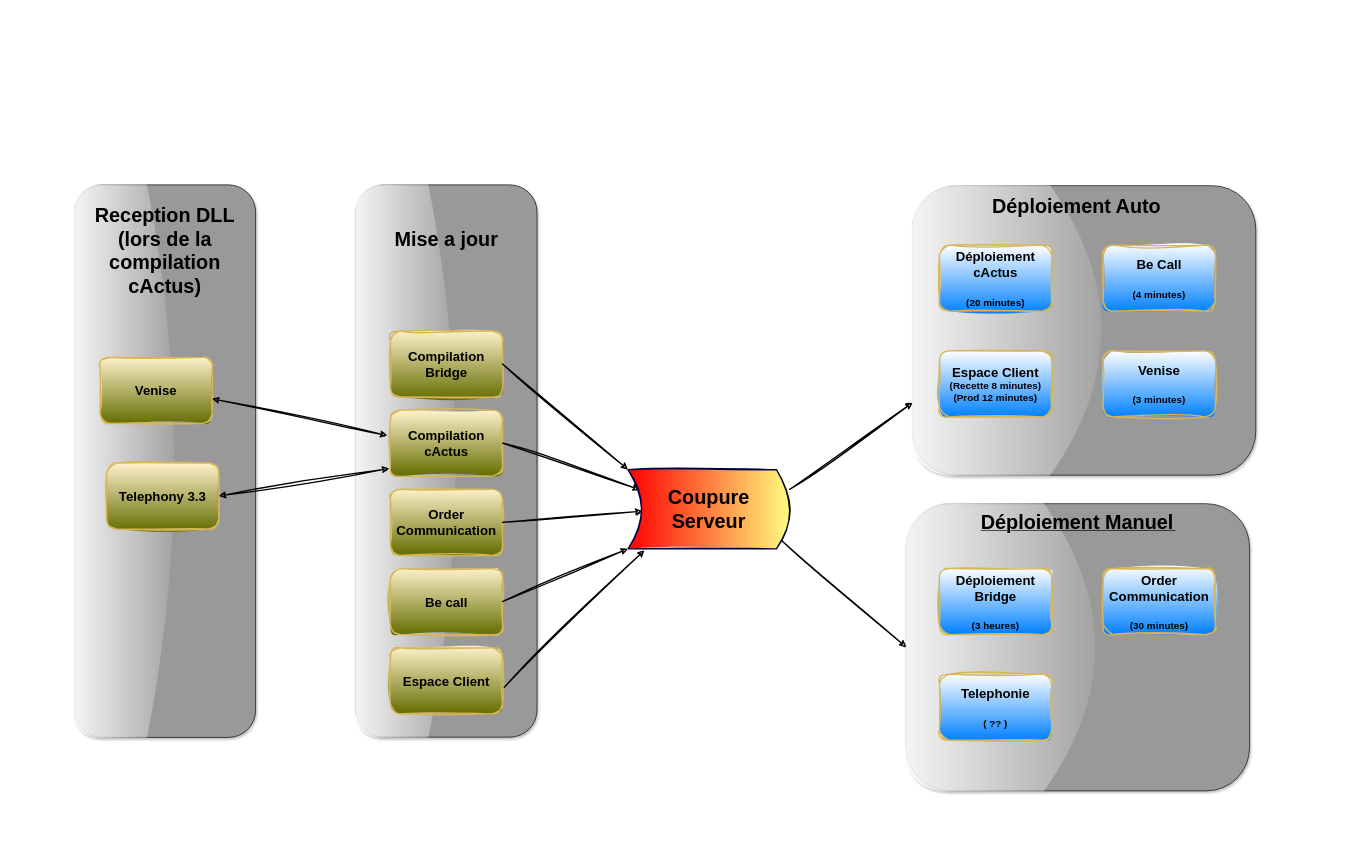
Earlier version of the draw.io diagram Suivi MEP.drawio (MarcSyndrome/Objectif-du-jour-ARC-EF). Source tidied: cells renumbered, new cells numbered last; positions are measured from the earlier drawing's top-left corner, leaving out a move shared by most shapes. Both pictures are drawn from the tidied source at 66%, with x=0, y=0 at pixel (-112, 158).
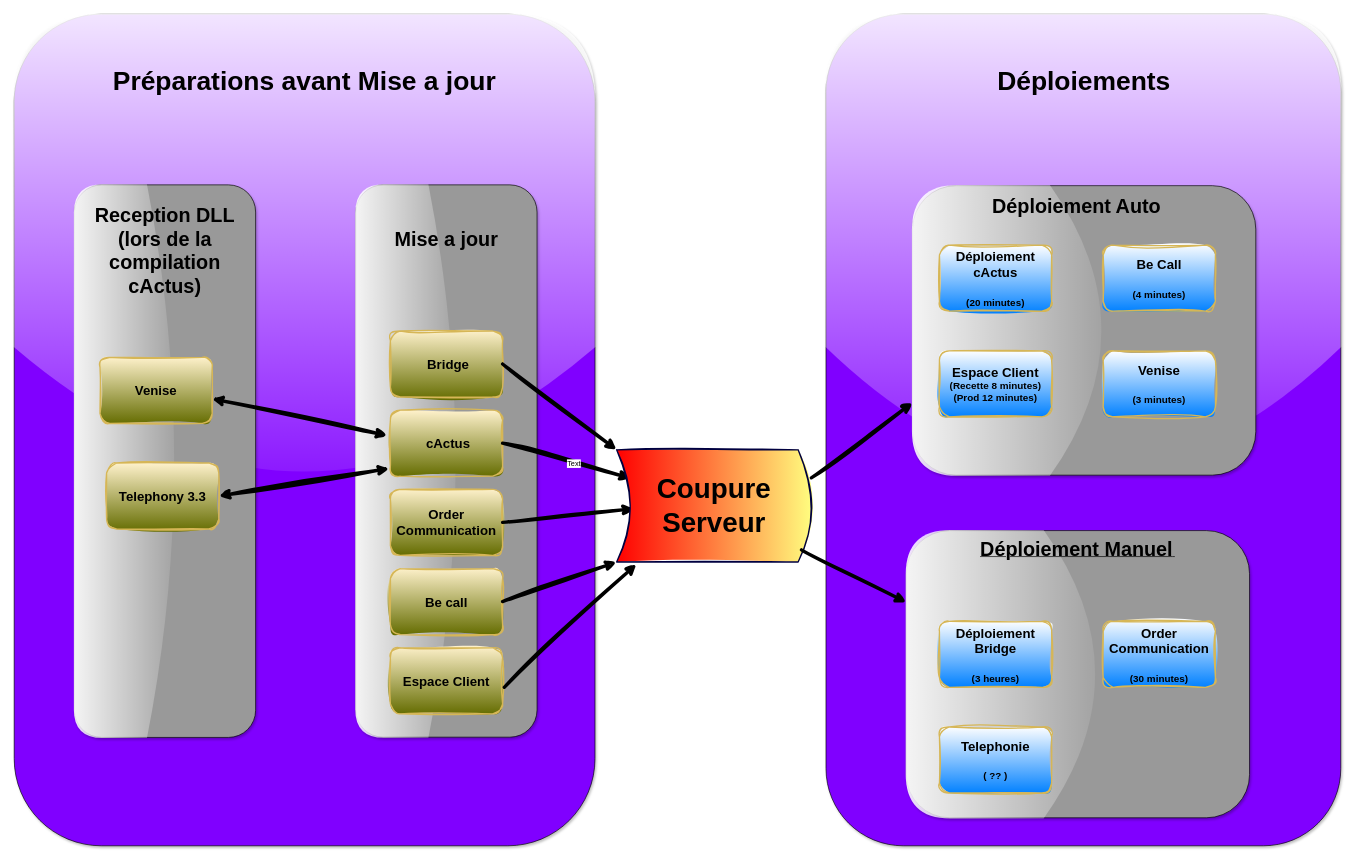
Above is the later version.

Commit message (it also covers changes not shown here):
Mettre à jour Suivi MEP.drawio

Unchanged cells that the change refers to:
```xml
<mxCell id="3" style="rounded=1;whiteSpace=wrap;html=1;rotation=-90;fillColor=#999999;shadow=1;glass=1;" parent="1" vertex="1">
  <mxGeometry x="1591.9" y="0.1" width="438.6" height="520" as="geometry" />
</mxCell>
<mxCell id="10" value="&lt;div style=&quot;font-size: 20px;&quot;&gt;&lt;font style=&quot;font-size: 20px;&quot;&gt;&lt;b&gt;Order Communication&lt;/b&gt; &lt;br&gt;&lt;/font&gt;&lt;/div&gt;" style="rounded=1;whiteSpace=wrap;html=1;fillColor=#fff2cc;strokeColor=#d6b656;gradientColor=#646c00;sketch=1;curveFitting=1;jiggle=2;shadow=0;strokeWidth=2;" parent="1" vertex="1">
  <mxGeometry x="760" y="501" width="170" height="100" as="geometry" />
</mxCell>
<mxCell id="12" value="&lt;div style=&quot;font-size: 20px;&quot;&gt;&lt;font style=&quot;font-size: 20px;&quot;&gt;&lt;b&gt;Be call&lt;/b&gt;&lt;br&gt;&lt;/font&gt;&lt;/div&gt;" style="rounded=1;whiteSpace=wrap;html=1;fillColor=#fff2cc;strokeColor=#d6b656;gradientColor=#646c00;sketch=1;curveFitting=1;jiggle=2;shadow=0;strokeWidth=2;" parent="1" vertex="1">
  <mxGeometry x="760" y="621" width="170" height="100" as="geometry" />
</mxCell>
<mxCell id="14" value="&lt;div style=&quot;font-size: 20px;&quot;&gt;&lt;font style=&quot;font-size: 20px;&quot;&gt;&lt;b&gt;Telephony 3.3&lt;/b&gt;&lt;/font&gt;&lt;/div&gt;" style="rounded=1;whiteSpace=wrap;html=1;fillColor=#fff2cc;strokeColor=#d6b656;gradientColor=#646c00;sketch=1;curveFitting=1;jiggle=2;shadow=0;strokeWidth=2;" parent="1" vertex="1">
  <mxGeometry x="330" y="461" width="170" height="100" as="geometry" />
</mxCell>
<mxCell id="16" value="&lt;div&gt;&lt;font size=&quot;1&quot;&gt;&lt;b style=&quot;font-size: 20px;&quot;&gt;Venise&lt;/b&gt;&lt;/font&gt;&lt;/div&gt;" style="rounded=1;whiteSpace=wrap;html=1;fillColor=#fff2cc;strokeColor=#d6b656;gradientColor=#646c00;sketch=1;curveFitting=1;jiggle=2;shadow=0;strokeWidth=2;" parent="1" vertex="1">
  <mxGeometry x="320" y="301" width="170" height="100" as="geometry" />
</mxCell>
<mxCell id="22" value="&lt;div&gt;&lt;b&gt;&lt;font style=&quot;font-size: 20px;&quot;&gt;Espace Client &lt;/font&gt;&lt;/b&gt;&lt;br&gt;&lt;/div&gt;" style="rounded=1;whiteSpace=wrap;html=1;fillColor=#fff2cc;strokeColor=#d6b656;gradientColor=#646c00;sketch=1;curveFitting=1;jiggle=2;shadow=0;strokeWidth=2;" parent="1" vertex="1">
  <mxGeometry x="760" y="741" width="170" height="100" as="geometry" />
</mxCell>
```

Change to the diagram source:
```diff
@@
+    <mxCell id="35" style="rounded=1;whiteSpace=wrap;html=1;glass=1;shadow=1;fillColor=#8000ff;fillStyle=auto;" parent="1" vertex="1">
+      <mxGeometry x="1420" y="-219" width="780" height="1260" as="geometry" />
+    </mxCell>
+    <mxCell id="36" style="rounded=1;whiteSpace=wrap;html=1;glass=1;shadow=1;fillColor=#8000ff;fillStyle=auto;" parent="1" vertex="1">
+      <mxGeometry x="190" y="-219" width="880" height="1260" as="geometry" />
+    </mxCell>
     <mxCell id="2" style="rounded=1;whiteSpace=wrap;html=1;rotation=-90;fillColor=#999999;shadow=1;glass=1;" parent="1" vertex="1">
-      <mxGeometry x="1584.2" y="480.2" width="435.1" height="520" as="geometry" />
+      <mxGeometry x="1584.2" y="521" width="435.1" height="520" as="geometry" />
     </mxCell>
@@
-    <mxCell id="6" value="&lt;div style=&quot;font-size: 20px;&quot;&gt;&lt;font style=&quot;font-size: 20px;&quot;&gt;&lt;b&gt;Compilation Bridge&lt;/b&gt;&lt;/font&gt;&lt;b&gt;&lt;font style=&quot;font-size: 15px;&quot;&gt;&lt;br&gt;&lt;/font&gt;&lt;/b&gt;&lt;/div&gt;" style="rounded=1;whiteSpace=wrap;html=1;fillColor=#fff2cc;strokeColor=#d6b656;gradientColor=#646c00;sketch=1;curveFitting=1;jiggle=2;shadow=0;strokeWidth=2;" parent="1" vertex="1">
+    <mxCell id="6" value="&lt;div style=&quot;font-size: 20px;&quot;&gt;&lt;font style=&quot;font-size: 20px;&quot;&gt;&lt;b&gt;&amp;nbsp;Bridge&lt;/b&gt;&lt;/font&gt;&lt;b&gt;&lt;font style=&quot;font-size: 15px;&quot;&gt;&lt;br&gt;&lt;/font&gt;&lt;/b&gt;&lt;/div&gt;" style="rounded=1;whiteSpace=wrap;html=1;fillColor=#fff2cc;strokeColor=#d6b656;gradientColor=#646c00;sketch=1;curveFitting=1;jiggle=2;shadow=0;strokeWidth=2;" parent="1" vertex="1">
       <mxGeometry x="760" y="261" width="170" height="100" as="geometry" />
     </mxCell>
-    <mxCell id="7" value="&lt;div style=&quot;font-size: 20px;&quot;&gt;&lt;b&gt;&lt;font style=&quot;font-size: 20px;&quot;&gt;Compilation cActus&lt;/font&gt;&lt;/b&gt;&lt;/div&gt;" style="rounded=1;whiteSpace=wrap;html=1;fillColor=#fff2cc;strokeColor=#d6b656;gradientColor=#646c00;sketch=1;curveFitting=1;jiggle=2;shadow=0;strokeWidth=2;" parent="1" vertex="1">
+    <mxCell id="7" value="&lt;div style=&quot;font-size: 20px;&quot;&gt;&lt;b&gt;&lt;font style=&quot;font-size: 20px;&quot;&gt;&amp;nbsp;cActus&lt;/font&gt;&lt;/b&gt;&lt;/div&gt;" style="rounded=1;whiteSpace=wrap;html=1;fillColor=#fff2cc;strokeColor=#d6b656;gradientColor=#646c00;sketch=1;curveFitting=1;jiggle=2;shadow=0;strokeWidth=2;" parent="1" vertex="1">
       <mxGeometry x="760" y="381" width="170" height="100" as="geometry" />
     </mxCell>
-    <mxCell id="8" style="endArrow=classic;html=1;rounded=0;exitX=1;exitY=0.5;exitDx=0;exitDy=0;entryX=1;entryY=1;entryDx=0;entryDy=0;sketch=1;curveFitting=1;jiggle=2;shadow=0;strokeWidth=2;" parent="1" edge="1" source="6" target="17">
+    <mxCell id="8" style="endArrow=classic;html=1;rounded=0;exitX=1;exitY=0.5;exitDx=0;exitDy=0;entryX=1;entryY=1;entryDx=0;entryDy=0;sketch=1;curveFitting=1;jiggle=2;shadow=0;strokeWidth=5;" parent="1" edge="1" source="6" target="17">
       <mxGeometry relative="1" as="geometry" />
     </mxCell>
-    <mxCell id="9" style="endArrow=classic;html=1;rounded=0;exitX=1;exitY=0.5;exitDx=0;exitDy=0;entryX=0.927;entryY=0.746;entryDx=0;entryDy=0;sketch=1;curveFitting=1;jiggle=2;shadow=0;strokeWidth=2;entryPerimeter=0;" parent="1" edge="1" source="7" target="17">
+    <mxCell id="9" style="endArrow=classic;html=1;rounded=0;exitX=1;exitY=0.5;exitDx=0;exitDy=0;entryX=0.927;entryY=0.746;entryDx=0;entryDy=0;sketch=1;curveFitting=1;jiggle=2;shadow=0;strokeWidth=5;entryPerimeter=0;" parent="1" edge="1" source="7" target="17">
       <mxGeometry relative="1" as="geometry" />
     </mxCell>
+    <mxCell id="37" value="Text" style="edgeLabel;html=1;align=center;verticalAlign=middle;" parent="9" vertex="1">
+      <mxGeometry x="0.12" y="-1" relative="1" as="geometry">
+        <mxPoint x="-1" as="offset" />
+      </mxGeometry>
+    </mxCell>
@@
-    <mxCell id="11" style="endArrow=classic;html=1;rounded=0;exitX=1;exitY=0.5;exitDx=0;exitDy=0;entryX=0.911;entryY=0.475;entryDx=0;entryDy=0;sketch=1;curveFitting=1;jiggle=2;shadow=0;strokeWidth=2;entryPerimeter=0;" parent="1" edge="1" source="10" target="17">
+    <mxCell id="11" style="endArrow=classic;html=1;rounded=0;exitX=1;exitY=0.5;exitDx=0;exitDy=0;entryX=0.911;entryY=0.475;entryDx=0;entryDy=0;sketch=1;curveFitting=1;jiggle=2;shadow=0;strokeWidth=5;entryPerimeter=0;" parent="1" edge="1" source="10" target="17">
       <mxGeometry relative="1" as="geometry" />
     </mxCell>
@@
-    <mxCell id="13" style="endArrow=classic;html=1;rounded=0;exitX=1;exitY=0.5;exitDx=0;exitDy=0;entryX=1;entryY=0;entryDx=0;entryDy=0;sketch=1;curveFitting=1;jiggle=2;shadow=0;strokeWidth=2;" parent="1" edge="1" source="12" target="17">
+    <mxCell id="13" style="endArrow=classic;html=1;rounded=0;exitX=1;exitY=0.5;exitDx=0;exitDy=0;entryX=1;entryY=0;entryDx=0;entryDy=0;sketch=1;curveFitting=1;jiggle=2;shadow=0;strokeWidth=5;" parent="1" edge="1" source="12" target="17">
       <mxGeometry relative="1" as="geometry" />
     </mxCell>
@@
-    <mxCell id="15" style="endArrow=classic;startArrow=classic;html=1;rounded=0;exitX=-0.01;exitY=0.884;exitDx=0;exitDy=0;entryX=1;entryY=0.5;entryDx=0;entryDy=0;sketch=1;curveFitting=1;jiggle=2;shadow=0;strokeWidth=2;exitPerimeter=0;" parent="1" edge="1" source="7" target="14">
+    <mxCell id="15" style="endArrow=classic;startArrow=classic;html=1;rounded=0;exitX=-0.01;exitY=0.884;exitDx=0;exitDy=0;entryX=1;entryY=0.5;entryDx=0;entryDy=0;sketch=1;curveFitting=1;jiggle=2;shadow=0;strokeWidth=5;exitPerimeter=0;" parent="1" edge="1" source="7" target="14">
       <mxGeometry relative="1" as="geometry" />
     </mxCell>
@@
     <mxCell id="17" style="shape=dataStorage;whiteSpace=wrap;html=1;fixedSize=1;rotation=-180;gradientColor=#ff0000;fillColor=#ffff80;gradientDirection=east;sketch=1;curveFitting=1;jiggle=2;shadow=0;strokeWidth=2;strokeColor=#000040;" parent="1" vertex="1">
-      <mxGeometry x="1120" y="471" width="245" height="120" as="geometry" />
+      <mxGeometry x="1102.8" y="441" width="295" height="170" as="geometry" />
     </mxCell>
-    <mxCell id="18" value="&lt;font style=&quot;font-size: 30px;&quot;&gt;&lt;br&gt;&lt;b&gt;&lt;font style=&quot;font-size: 30px;&quot;&gt;Coupure Serveur&lt;/font&gt;&lt;/b&gt;&lt;br&gt;&lt;br&gt;&lt;/font&gt;" style="text;html=1;strokeColor=none;fillColor=none;align=center;verticalAlign=middle;whiteSpace=wrap;rounded=0;" parent="1" vertex="1">
-      <mxGeometry x="1152.2" y="486" width="180.6" height="90" as="geometry" />
+    <mxCell id="18" value="&lt;font style=&quot;font-size: 42px;&quot;&gt;&lt;br&gt;&lt;b&gt;&lt;font style=&quot;font-size: 42px;&quot;&gt;Coupure Serveur&lt;/font&gt;&lt;/b&gt;&lt;br&gt;&lt;br&gt;&lt;/font&gt;" style="text;html=1;strokeColor=none;fillColor=none;align=center;verticalAlign=middle;whiteSpace=wrap;rounded=0;" parent="1" vertex="1">
+      <mxGeometry x="1160" y="483.5" width="180.6" height="85" as="geometry" />
     </mxCell>
@@
-    <mxCell id="21" style="endArrow=classic;startArrow=classic;html=1;rounded=0;exitX=-0.027;exitY=0.384;exitDx=0;exitDy=0;entryX=0.998;entryY=0.627;entryDx=0;entryDy=0;sketch=1;curveFitting=1;jiggle=2;shadow=0;strokeWidth=2;entryPerimeter=0;exitPerimeter=0;" parent="1" edge="1" source="7" target="16">
+    <mxCell id="21" style="endArrow=classic;startArrow=classic;html=1;rounded=0;exitX=-0.027;exitY=0.384;exitDx=0;exitDy=0;entryX=0.998;entryY=0.627;entryDx=0;entryDy=0;sketch=1;curveFitting=1;jiggle=2;shadow=0;strokeWidth=5;entryPerimeter=0;exitPerimeter=0;" parent="1" edge="1" source="7" target="16">
       <mxGeometry relative="1" as="geometry" />
     </mxCell>
@@
-    <mxCell id="23" style="endArrow=classic;html=1;rounded=0;exitX=1.015;exitY=0.599;exitDx=0;exitDy=0;entryX=0.898;entryY=-0.019;entryDx=0;entryDy=0;sketch=1;curveFitting=1;jiggle=2;shadow=0;strokeWidth=2;exitPerimeter=0;entryPerimeter=0;" parent="1" edge="1" source="22" target="17">
+    <mxCell id="23" style="endArrow=classic;html=1;rounded=0;exitX=1.015;exitY=0.599;exitDx=0;exitDy=0;entryX=0.898;entryY=-0.019;entryDx=0;entryDy=0;sketch=1;curveFitting=1;jiggle=2;shadow=0;strokeWidth=5;exitPerimeter=0;entryPerimeter=0;" parent="1" edge="1" source="22" target="17">
       <mxGeometry relative="1" as="geometry" />
     </mxCell>
@@
     <mxCell id="25" value="&lt;u&gt;&lt;font size=&quot;1&quot;&gt;&lt;b style=&quot;font-size: 30px;&quot;&gt;Déploiement Manuel&lt;/b&gt;&lt;/font&gt;&amp;nbsp; &lt;/u&gt;" style="text;html=1;strokeColor=none;fillColor=none;align=center;verticalAlign=middle;whiteSpace=wrap;rounded=0;" parent="1" vertex="1">
-      <mxGeometry x="1573.9" y="521" width="456.6" height="60" as="geometry" />
+      <mxGeometry x="1573.4" y="561" width="456.6" height="60" as="geometry" />
     </mxCell>
-    <mxCell id="26" style="endArrow=classic;html=1;rounded=0;exitX=0.051;exitY=0.108;exitDx=0;exitDy=0;entryX=0.5;entryY=0;entryDx=0;entryDy=0;sketch=1;curveFitting=1;jiggle=2;shadow=0;strokeWidth=2;exitPerimeter=0;" parent="1" edge="1" source="17" target="2">
+    <mxCell id="26" style="endArrow=classic;html=1;rounded=0;exitX=0.051;exitY=0.108;exitDx=0;exitDy=0;entryX=0.75;entryY=0;entryDx=0;entryDy=0;shadow=0;strokeWidth=5;exitPerimeter=0;sketch=1;curveFitting=1;jiggle=2;" parent="1" edge="1" source="17" target="2">
       <mxGeometry relative="1" as="geometry" />
     </mxCell>
-    <mxCell id="27" style="endArrow=classic;html=1;rounded=0;exitX=0;exitY=0.75;exitDx=0;exitDy=0;entryX=0.25;entryY=0;entryDx=0;entryDy=0;sketch=1;curveFitting=1;jiggle=2;shadow=0;strokeWidth=2;" parent="1" edge="1" source="17" target="3">
+    <mxCell id="27" style="endArrow=classic;html=1;rounded=0;exitX=0;exitY=0.75;exitDx=0;exitDy=0;entryX=0.25;entryY=0;entryDx=0;entryDy=0;sketch=1;curveFitting=1;jiggle=2;shadow=0;strokeWidth=5;" parent="1" edge="1" source="17" target="3">
       <mxGeometry relative="1" as="geometry" />
     </mxCell>
     <mxCell id="28" value="&lt;div style=&quot;font-size: 20px;&quot;&gt;&lt;font style=&quot;font-size: 20px;&quot;&gt;&lt;b&gt;Déploiement Bridge&lt;/b&gt;&lt;/font&gt;&lt;/div&gt;&lt;div style=&quot;font-size: 20px;&quot;&gt;&lt;font style=&quot;font-size: 20px;&quot;&gt;&lt;b&gt;&lt;br&gt;&lt;/b&gt;&lt;/font&gt;&lt;b&gt;&lt;font style=&quot;font-size: 15px;&quot;&gt; &lt;/font&gt;&lt;/b&gt;&lt;/div&gt;&lt;div&gt;&lt;b&gt;&lt;font style=&quot;font-size: 15px;&quot;&gt;(3 heures)&lt;/font&gt;&lt;/b&gt;&lt;/div&gt;" style="rounded=1;whiteSpace=wrap;html=1;fillColor=#0080ff;strokeColor=#d6b656;gradientColor=#ffffff;sketch=1;curveFitting=1;jiggle=2;shadow=0;strokeWidth=2;fillStyle=solid;gradientDirection=north;" parent="1" vertex="1">
-      <mxGeometry x="1591.9" y="621" width="170" height="100" as="geometry" />
+      <mxGeometry x="1591.9" y="701" width="170" height="100" as="geometry" />
     </mxCell>
@@
     <mxCell id="30" value="&lt;div style=&quot;font-size: 20px;&quot;&gt;&lt;font style=&quot;font-size: 20px;&quot;&gt;&lt;b&gt;Order&lt;/b&gt;&lt;/font&gt;&lt;/div&gt;&lt;div style=&quot;font-size: 20px;&quot;&gt;&lt;font style=&quot;font-size: 20px;&quot;&gt;&lt;b&gt;Communication&lt;/b&gt;&lt;/font&gt;&lt;/div&gt;&lt;div style=&quot;font-size: 20px;&quot;&gt;&lt;font style=&quot;font-size: 20px;&quot;&gt;&lt;b&gt;&lt;br&gt;&lt;/b&gt;&lt;/font&gt;&lt;b&gt;&lt;font style=&quot;font-size: 15px;&quot;&gt; &lt;/font&gt;&lt;/b&gt;&lt;/div&gt;&lt;div&gt;&lt;b&gt;&lt;font style=&quot;font-size: 15px;&quot;&gt;(30 minutes)&lt;/font&gt;&lt;/b&gt;&lt;/div&gt;" style="rounded=1;whiteSpace=wrap;html=1;fillColor=#0080ff;strokeColor=#d6b656;gradientColor=#ffffff;sketch=1;curveFitting=1;jiggle=2;shadow=0;strokeWidth=2;fillStyle=solid;gradientDirection=north;" parent="1" vertex="1">
-      <mxGeometry x="1840" y="621" width="170" height="100" as="geometry" />
+      <mxGeometry x="1840" y="701" width="170" height="100" as="geometry" />
     </mxCell>
@@
     <mxCell id="34" value="&lt;div style=&quot;font-size: 20px;&quot;&gt;&lt;font style=&quot;font-size: 20px;&quot;&gt;&lt;b&gt;Telephonie&lt;/b&gt;&lt;/font&gt;&lt;/div&gt;&lt;div style=&quot;font-size: 20px;&quot;&gt;&lt;font style=&quot;font-size: 20px;&quot;&gt;&lt;b&gt;&lt;br&gt;&lt;/b&gt;&lt;/font&gt;&lt;b&gt;&lt;font style=&quot;font-size: 15px;&quot;&gt; &lt;/font&gt;&lt;/b&gt;&lt;/div&gt;&lt;div&gt;&lt;b&gt;&lt;font style=&quot;font-size: 15px;&quot;&gt;( ?? )&lt;/font&gt;&lt;/b&gt;&lt;/div&gt;" style="rounded=1;whiteSpace=wrap;html=1;fillColor=#0080ff;strokeColor=#d6b656;gradientColor=#ffffff;sketch=1;curveFitting=1;jiggle=2;shadow=0;strokeWidth=2;fillStyle=solid;gradientDirection=north;" parent="1" vertex="1">
-      <mxGeometry x="1591.9" y="781" width="170" height="100" as="geometry" />
+      <mxGeometry x="1591.9" y="861" width="170" height="100" as="geometry" />
     </mxCell>
+    <mxCell id="38" value="&lt;b&gt;&lt;font style=&quot;font-size: 40px;&quot;&gt;Préparations avant Mise a jour&lt;/font&gt;&lt;/b&gt;" style="text;html=1;strokeColor=none;fillColor=none;align=center;verticalAlign=middle;whiteSpace=wrap;rounded=0;" parent="1" vertex="1">
+      <mxGeometry x="280" y="-189" width="700" height="140" as="geometry" />
+    </mxCell>
+    <mxCell id="39" value="&lt;div&gt;&lt;b&gt;&lt;font style=&quot;font-size: 40px;&quot;&gt;Déploiements&lt;/font&gt;&lt;/b&gt;&lt;/div&gt;" style="text;html=1;strokeColor=none;fillColor=none;align=center;verticalAlign=middle;whiteSpace=wrap;rounded=0;" parent="1" vertex="1">
+      <mxGeometry x="1461.2" y="-189" width="700" height="140" as="geometry" />
+    </mxCell>
```
